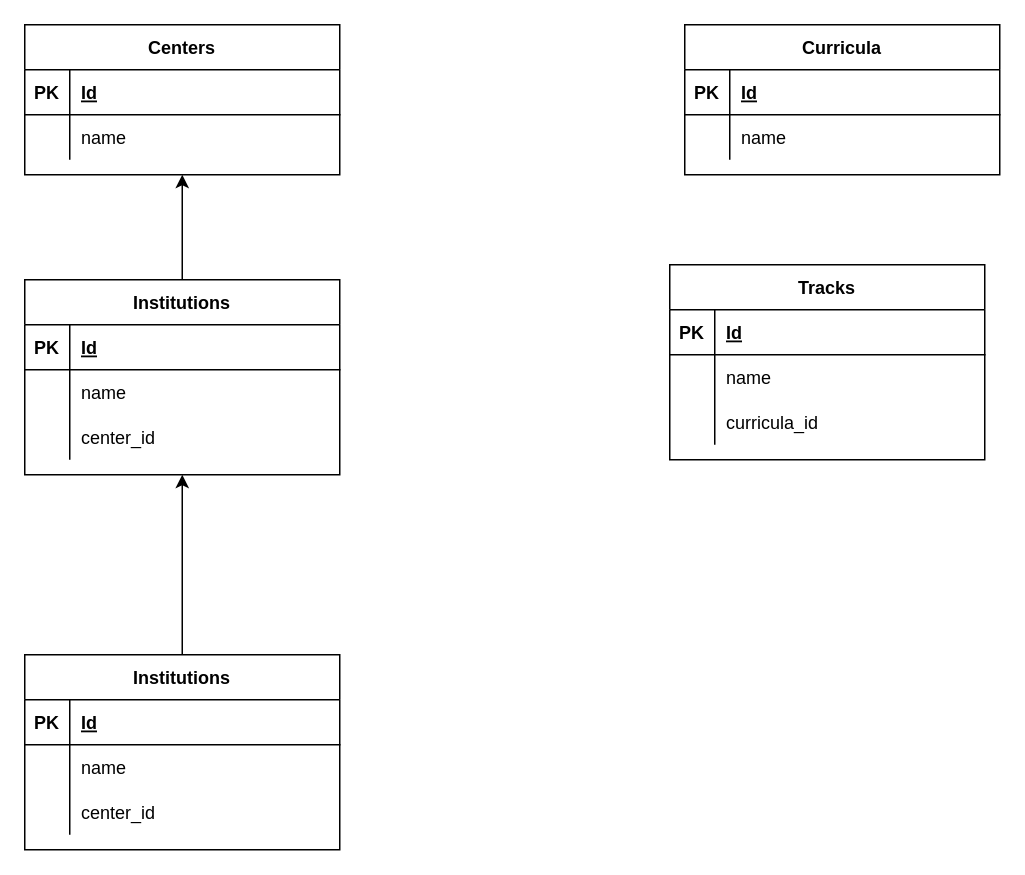
Earlier version of the draw.io diagram Untitled Diagram.drawio (ymsaadi/use-context-test). Source tidied: cells renumbered, new cells numbered last; positions are measured from the earlier drawing's top-left corner, leaving out a move shared by most shapes. Both pictures are drawn from the tidied source at 150%, with x=0, y=0 at pixel (24, 24).
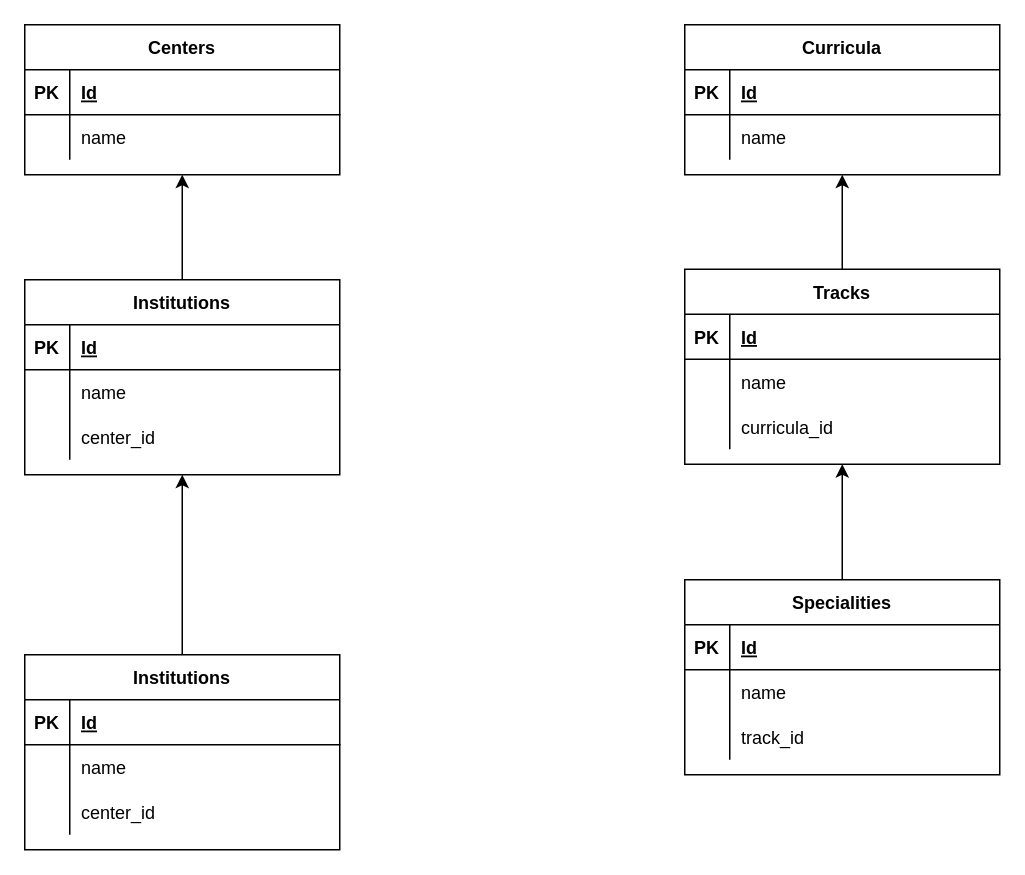
Above is the later version.

Unchanged cells that the change refers to:
```xml
<mxCell id="31" value="Curricula" style="shape=table;startSize=30;childLayout=tableLayout;rowLines=0;fontStyle=1;align=center;" parent="1" vertex="1">
  <mxGeometry x="440" width="210" height="100" as="geometry" />
</mxCell>
```

Change to the diagram source:
```diff
@@
+    <mxCell id="48" style="edgeStyle=orthogonalEdgeStyle;rounded=0;jettySize=auto;html=1;" parent="1" edge="1" source="38" target="31">
+      <mxGeometry relative="1" as="geometry" />
+    </mxCell>
     <mxCell id="38" value="Tracks" style="shape=table;startSize=30;childLayout=tableLayout;rowLines=0;fontStyle=1;align=center;" parent="1" vertex="1">
-      <mxGeometry x="430" y="160" width="210" height="130" as="geometry" />
+      <mxGeometry x="440" y="163" width="210" height="130" as="geometry" />
     </mxCell>
@@
+    <mxCell id="49" style="edgeStyle=orthogonalEdgeStyle;rounded=0;jettySize=auto;html=1;" parent="1" edge="1" source="50" target="38">
+      <mxGeometry relative="1" as="geometry" />
+    </mxCell>
+    <mxCell id="50" value="Specialities" style="shape=table;startSize=30;childLayout=tableLayout;rowLines=0;fontStyle=1;align=center;" parent="1" vertex="1">
+      <mxGeometry x="440" y="370" width="210" height="130" as="geometry" />
+    </mxCell>
+    <mxCell id="51" style="shape=partialRectangle;fillColor=none;top=0;left=0;right=0;bottom=1;" parent="50" vertex="1">
+      <mxGeometry y="30" width="210" height="30" as="geometry" />
+    </mxCell>
+    <mxCell id="52" value="PK" style="shape=partialRectangle;overflow=hidden;fillColor=none;top=0;left=0;bottom=0;right=0;fontStyle=1;" parent="51" vertex="1">
+      <mxGeometry width="30" height="30" as="geometry" />
+    </mxCell>
+    <mxCell id="53" value="Id" style="shape=partialRectangle;overflow=hidden;fillColor=none;top=0;left=0;bottom=0;right=0;align=left;spacingLeft=6;fontStyle=5;" parent="51" vertex="1">
+      <mxGeometry x="30" width="180" height="30" as="geometry" />
+    </mxCell>
+    <mxCell id="54" style="shape=partialRectangle;fillColor=none;top=0;left=0;right=0;bottom=0;" parent="50" vertex="1">
+      <mxGeometry y="60" width="210" height="30" as="geometry" />
+    </mxCell>
+    <mxCell id="55" style="shape=partialRectangle;overflow=hidden;fillColor=none;top=0;left=0;bottom=0;right=0;" parent="54" vertex="1">
+      <mxGeometry width="30" height="30" as="geometry" />
+    </mxCell>
+    <mxCell id="56" value="name" style="shape=partialRectangle;overflow=hidden;fillColor=none;top=0;left=0;bottom=0;right=0;align=left;spacingLeft=6;" parent="54" vertex="1">
+      <mxGeometry x="30" width="180" height="30" as="geometry" />
+    </mxCell>
+    <mxCell id="57" style="shape=partialRectangle;fillColor=none;top=0;left=0;right=0;bottom=0;" parent="50" vertex="1">
+      <mxGeometry y="90" width="210" height="30" as="geometry" />
+    </mxCell>
+    <mxCell id="58" style="shape=partialRectangle;overflow=hidden;fillColor=none;top=0;left=0;bottom=0;right=0;" parent="57" vertex="1">
+      <mxGeometry width="30" height="30" as="geometry" />
+    </mxCell>
+    <mxCell id="59" value="track_id" style="shape=partialRectangle;overflow=hidden;fillColor=none;top=0;left=0;bottom=0;right=0;align=left;spacingLeft=6;" parent="57" vertex="1">
+      <mxGeometry x="30" width="180" height="30" as="geometry" />
+    </mxCell>
```
